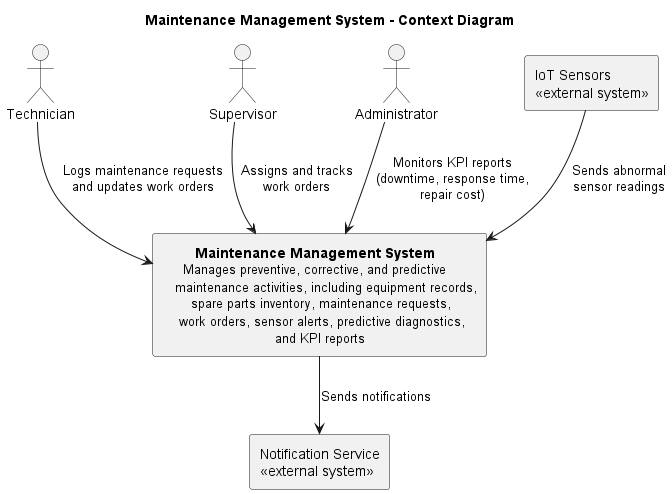
The PlantUML diagram uml/Context/context_diagram.png in xalameen8633-dotcom/Software-engineering-project, before a commit.
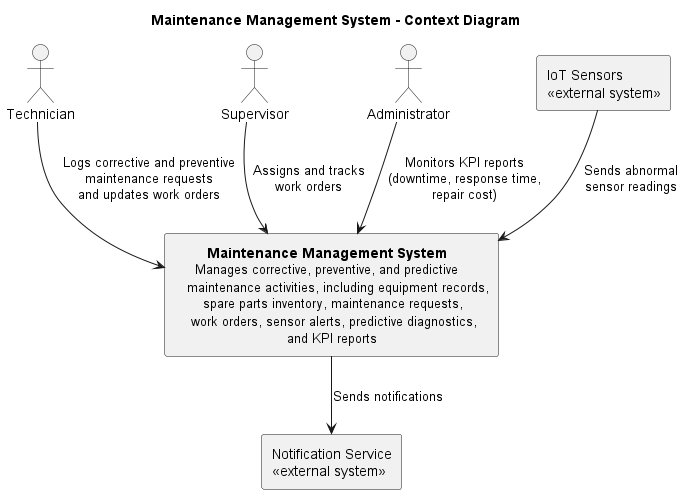
The same diagram one commit later.

Diff of the diagram source:
```diff
@@ -8,9 +8,9 @@
 rectangle "IoT Sensors\n<<external system>>" as iot
 rectangle "Notification Service\n<<external system>>" as notification
 
-rectangle "\t<b>Maintenance Management System</b>\n<size:13>     Manages preventive, corrective, and predictive\n   <size:13>maintenance activities, including equipment records,\n<size:13>       spare parts inventory, maintenance requests,\n    <size:13>work orders, sensor alerts, predictive diagnostics,\n                            <size:13>and KPI reports" as mms
+rectangle "\t<b>Maintenance Management System</b>\n<size:13>     Manages corrective, preventive, and predictive\n   <size:13>maintenance activities, including equipment records,\n<size:13>       spare parts inventory, maintenance requests,\n    <size:13>work orders, sensor alerts, predictive diagnostics,\n                            <size:13>and KPI reports" as mms
 
-Technician --> mms : Logs maintenance requests\nand updates work orders
+Technician --> mms : Logs corrective and preventive\nmaintenance requests\nand updates work orders
 Supervisor --> mms : Assigns and tracks\nwork orders
 Administrator --> mms : Monitors KPI reports\n(downtime, response time,\nrepair cost)
 
```
